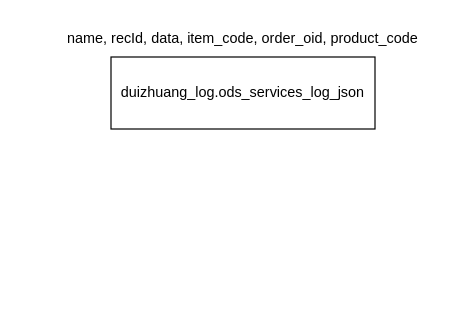
TzeSing/draw_io keeps this draw.io diagram as 埋点梳理.drawio. Above is the earlier version. Source tidied: cells renumbered, new cells numbered last; positions are measured from the earlier drawing's top-left corner, leaving out a move shared by most shapes. Both pictures are drawn from the tidied source at 120%, with x=0, y=0 at pixel (56, 20).
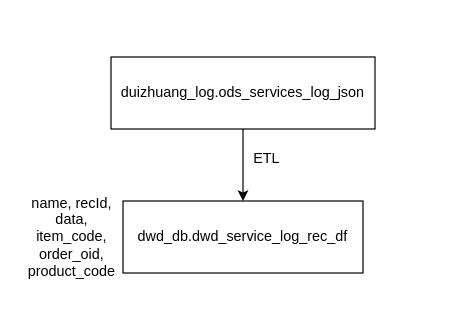
The same diagram, later.

What changed in the source:
```diff
@@
 <mxGraphModel>
   <root>
     <mxCell id="0" />
     <mxCell id="1" parent="0" />
+    <mxCell id="4" style="edgeStyle=orthogonalEdgeStyle;rounded=0;jettySize=auto;html=1;exitX=0.5;exitY=1;exitDx=0;exitDy=0;entryX=0.5;entryY=0;entryDx=0;entryDy=0;" parent="1" edge="1" source="2" target="5">
+      <mxGeometry relative="1" as="geometry" />
+    </mxCell>
     <mxCell id="2" value="duizhuang_log.ods_services_log_json" style="rounded=0;whiteSpace=wrap;html=1;" parent="1" vertex="1">
       <mxGeometry x="45" y="30" width="220" height="60" as="geometry" />
     </mxCell>
     <mxCell id="3" value="name, recId, data, item_code, order_oid, product_code" style="text;html=1;strokeColor=none;fillColor=none;align=center;verticalAlign=middle;whiteSpace=wrap;rounded=0;" parent="1" vertex="1">
-      <mxGeometry width="310" height="30" as="geometry" />
+      <mxGeometry x="-30" y="125" width="85" height="110" as="geometry" />
     </mxCell>
+    <mxCell id="5" value="dwd_db.dwd_service_log_rec_df" style="rounded=0;whiteSpace=wrap;html=1;" parent="1" vertex="1">
+      <mxGeometry x="55" y="150" width="200" height="60" as="geometry" />
+    </mxCell>
+    <mxCell id="6" value="ETL" style="text;html=1;strokeColor=none;fillColor=none;align=center;verticalAlign=middle;whiteSpace=wrap;rounded=0;" parent="1" vertex="1">
+      <mxGeometry x="145" y="100" width="60" height="30" as="geometry" />
+    </mxCell>
   </root>
 </mxGraphModel>
```
